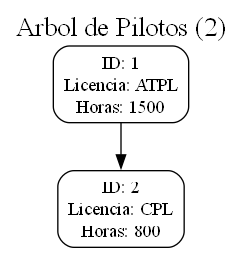
natstyles/202400111_EDD_Proyecto keeps this Graphviz diagram as src/arbol_pilotos.png. Above is the earlier version. Its source is kept beside it as src/arbol_pilotos.dot. Source of this version:
```dot
digraph G {
labelloc="t";
label="Arbol de Pilotos (2)";
fontsize=20;
node [shape=box, style=rounded];
"1" [label="ID: 1\nLicencia: ATPL\nHoras: 1500"];
"1" -> "2";
"2" [label="ID: 2\nLicencia: CPL\nHoras: 800"];
}
```
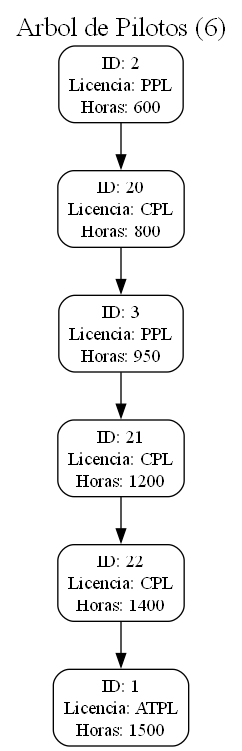
The same file after the commit.

The edit, as a diff of the source:
```diff
@@ -1,9 +1,17 @@
 digraph G {
 labelloc="t";
-label="Arbol de Pilotos (2)";
+label="Arbol de Pilotos (6)";
 fontsize=20;
 node [shape=box, style=rounded];
+"2" [label="ID: 2\nLicencia: PPL\nHoras: 600"];
+"2" -> "20";
+"20" [label="ID: 20\nLicencia: CPL\nHoras: 800"];
+"20" -> "3";
+"3" [label="ID: 3\nLicencia: PPL\nHoras: 950"];
+"3" -> "21";
+"21" [label="ID: 21\nLicencia: CPL\nHoras: 1200"];
+"21" -> "22";
+"22" [label="ID: 22\nLicencia: CPL\nHoras: 1400"];
+"22" -> "1";
 "1" [label="ID: 1\nLicencia: ATPL\nHoras: 1500"];
-"1" -> "2";
-"2" [label="ID: 2\nLicencia: CPL\nHoras: 800"];
 }
```
